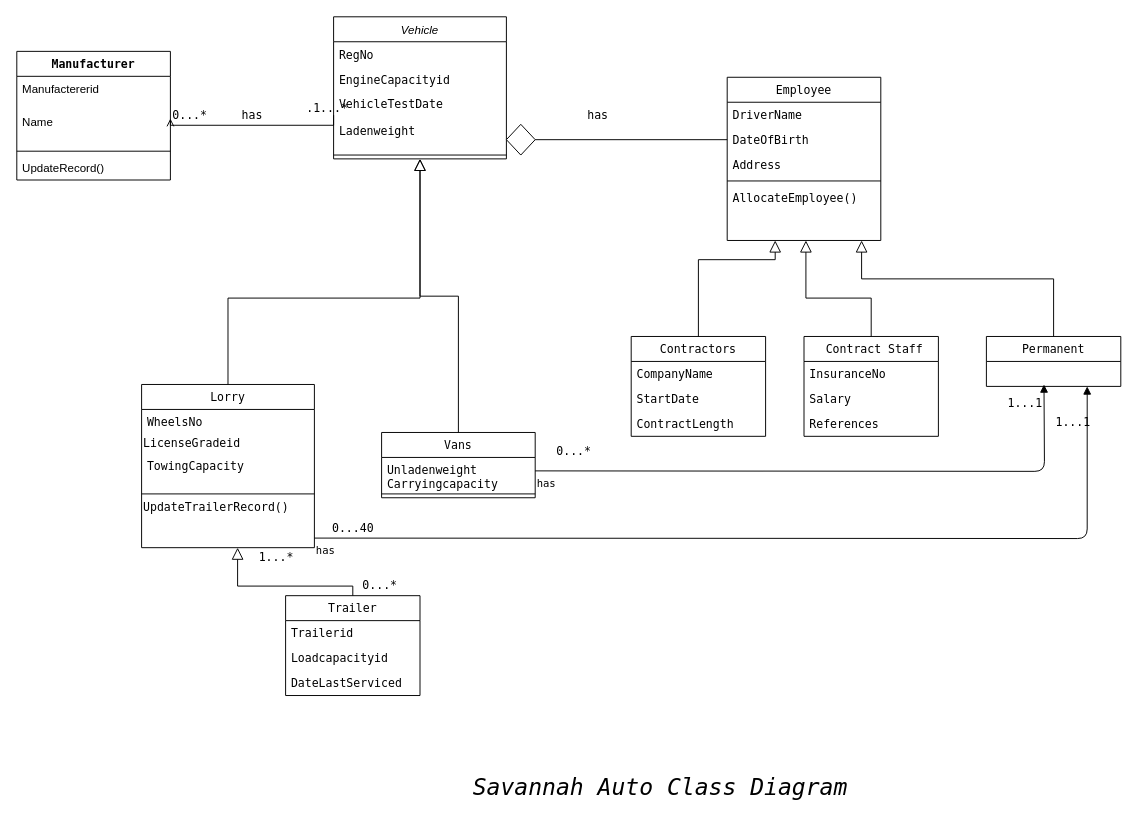
Nyamzwambugu/cousera-tester keeps this draw.io diagram as Untitled Diagram.drawio. Above is the earlier version. Source tidied: cells renumbered, new cells numbered last; positions are measured from the earlier drawing's top-left corner, leaving out a move shared by most shapes. Both pictures are drawn from the tidied source at 96%, with x=0, y=0 at pixel (16, 16).
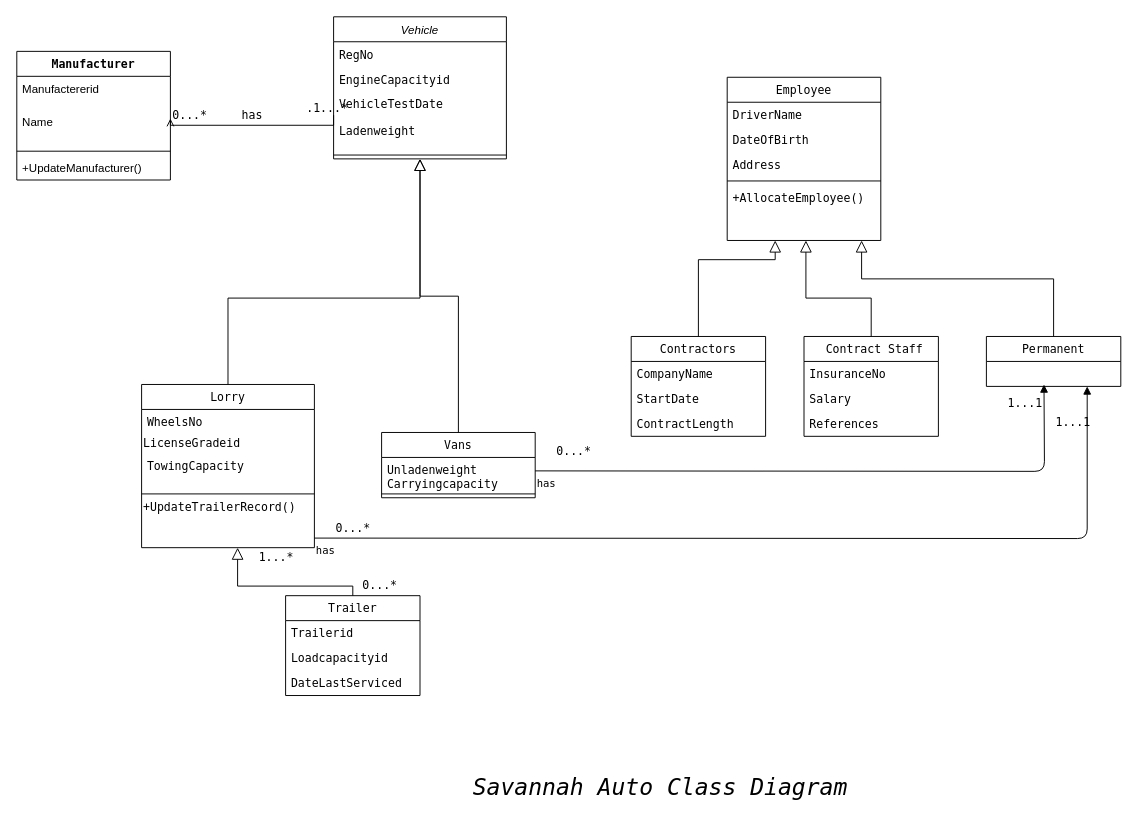
After the change.

The change refers to these unchanged cells:
```xml
<mxCell id="7" value="Lorry" style="swimlane;fontStyle=0;align=center;verticalAlign=top;horizontal=1;startSize=26;rounded=0;shadow=0;strokeWidth=1;fontFamily=Lucida Console;" parent="1" vertex="1">
  <mxGeometry x="130" y="383" width="180" height="170" as="geometry" />
</mxCell>
<mxCell id="18" value="Employee" style="swimlane;fontStyle=0;align=center;verticalAlign=top;horizontal=1;startSize=26;rounded=0;shadow=0;strokeWidth=1;fontFamily=Lucida Console;" parent="1" vertex="1">
  <mxGeometry x="740" y="63" width="160" height="170" as="geometry" />
</mxCell>
<mxCell id="20" value="DateOfBirth" style="text;align=left;verticalAlign=top;spacingLeft=4;spacingRight=4;overflow=hidden;points=[[0,0.5],[1,0.5]];portConstraint=eastwest;rounded=0;shadow=0;html=0;fontFamily=Lucida Console;" parent="18" vertex="1">
  <mxGeometry y="52" width="160" height="26" as="geometry" />
</mxCell>
<mxCell id="57" value="Manufacturer" style="swimlane;fontStyle=1;align=center;verticalAlign=top;horizontal=1;startSize=26;fontFamily=Lucida Console;" parent="1" vertex="1">
  <mxGeometry y="36" width="160" height="134" as="geometry" />
</mxCell>
```

Diff of the diagram source:
```diff
@@
-    <mxCell id="12" value="UpdateTrailerRecord()" style="text;html=1;align=left;verticalAlign=middle;fillColor=none;strokeColor=none;rounded=0;fontFamily=Lucida Console;" parent="7" vertex="1">
+    <mxCell id="12" value="+UpdateTrailerRecord()" style="text;html=1;align=left;verticalAlign=middle;fillColor=none;strokeColor=none;rounded=0;fontFamily=Lucida Console;" parent="7" vertex="1">
       <mxGeometry y="118" width="180" height="20" as="geometry" />
     </mxCell>
@@
-    <mxCell id="23" value="AllocateEmployee()" style="text;align=left;verticalAlign=top;spacingLeft=4;spacingRight=4;overflow=hidden;fontFamily=Lucida Console;" parent="18" vertex="1">
+    <mxCell id="23" value="+AllocateEmployee()" style="text;align=left;verticalAlign=top;spacingLeft=4;spacingRight=4;overflow=hidden;fontFamily=Lucida Console;" parent="18" vertex="1">
       <mxGeometry y="112" width="160" height="26" as="geometry" />
     </mxCell>
@@
-    <mxCell id="43" style="rhombus;whiteSpace=wrap;html=1;fontFamily=Lucida Console;rotation=-180;" parent="1" vertex="1">
-      <mxGeometry x="510" y="112" width="30" height="32" as="geometry" />
-    </mxCell>
-    <mxCell id="44" style="endArrow=none;html=1;entryX=0;entryY=0.5;entryDx=0;entryDy=0;exitX=0;exitY=0.5;exitDx=0;exitDy=0;fontFamily=Lucida Console;" parent="1" edge="1" source="20" target="43">
-      <mxGeometry relative="1" as="geometry" />
-    </mxCell>
@@
-    <mxCell id="47" value="has" style="text;html=1;align=center;verticalAlign=middle;fillColor=none;strokeColor=none;rounded=0;fontFamily=Lucida Console;" parent="1" vertex="1">
-      <mxGeometry x="585" y="93" width="40" height="20" as="geometry" />
-    </mxCell>
@@
-    <mxCell id="53" value="0...40" style="text;html=1;align=center;verticalAlign=middle;fillColor=none;strokeColor=none;rounded=0;fontFamily=Lucida Console;" parent="1" vertex="1">
-      <mxGeometry x="320" y="523" width="60" height="20" as="geometry" />
+    <mxCell id="53" value="0...*" style="text;html=1;align=center;verticalAlign=middle;fillColor=none;strokeColor=none;rounded=0;fontFamily=Lucida Console;" parent="1" vertex="1">
+      <mxGeometry x="325" y="523" width="50" height="20" as="geometry" />
     </mxCell>
@@
-    <mxCell id="61" value="UpdateRecord()" style="text;strokeColor=none;fillColor=none;align=left;verticalAlign=top;spacingLeft=4;spacingRight=4;overflow=hidden;" parent="57" vertex="1">
+    <mxCell id="61" value="+UpdateManufacturer()" style="text;strokeColor=none;fillColor=none;align=left;verticalAlign=top;spacingLeft=4;spacingRight=4;overflow=hidden;" parent="57" vertex="1">
       <mxGeometry y="108" width="160" height="26" as="geometry" />
     </mxCell>
```
